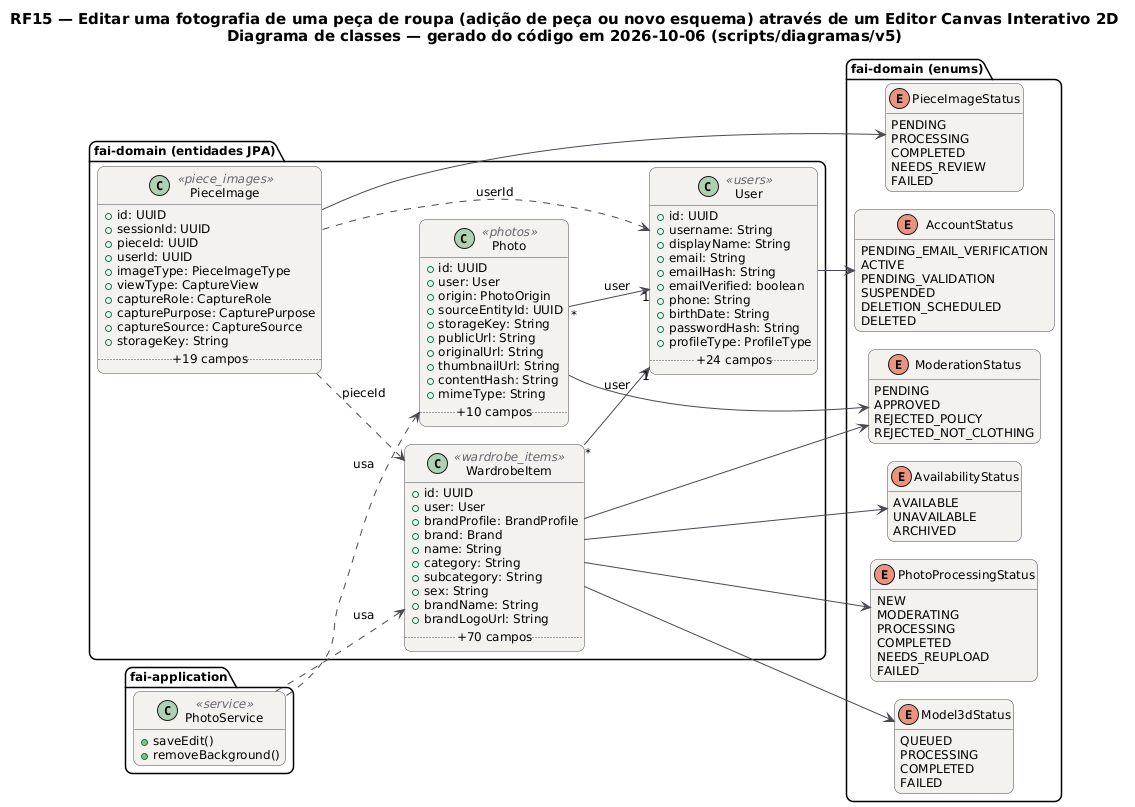
This is docs/diagramas/RF15/RF15_Classes.png from MatheusHaliski/tcc-2026-fashion-ai-backend, a PlantUML export, as it was before one commit.
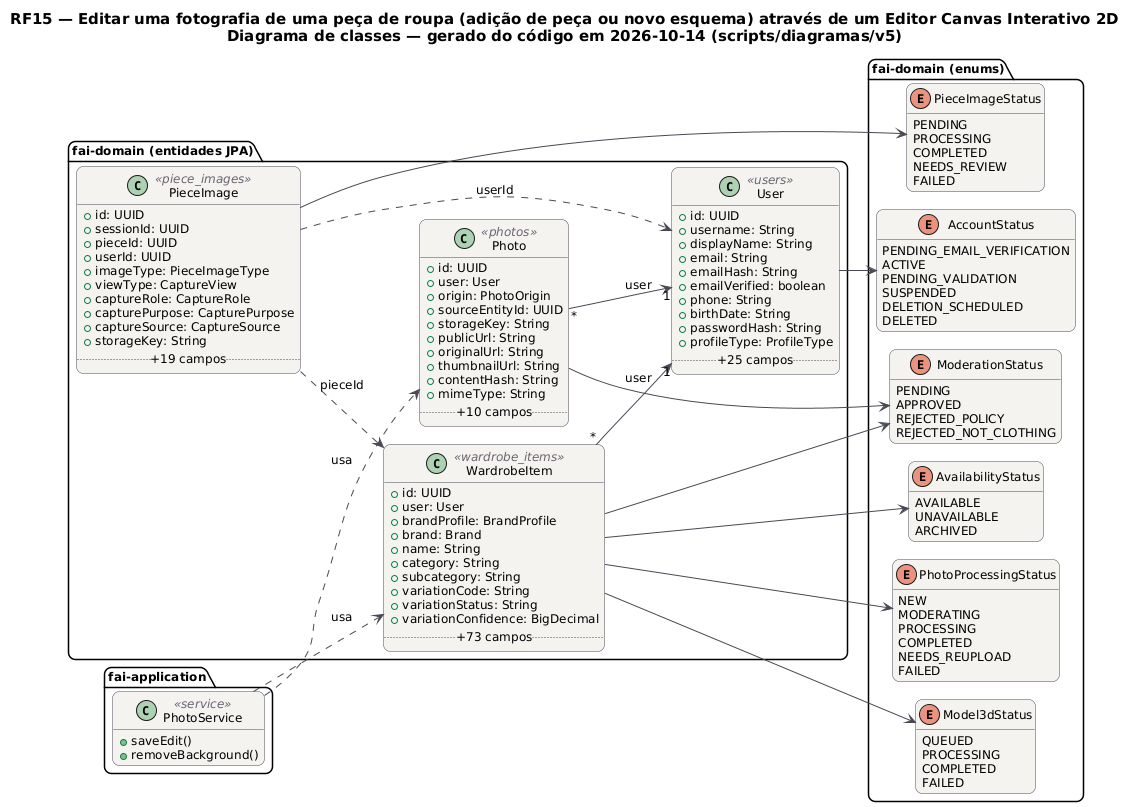
The same file after the commit.

What changed in the source:
```diff
@@ -20,7 +20,7 @@
 }
 hide empty members
 left to right direction
-title RF15 — Editar uma fotografia de uma peça de roupa (adição de peça ou novo esquema) através de um Editor Canvas Interativo 2D\nDiagrama de classes — gerado do código em 2026-10-06 (scripts/diagramas/v5)
+title RF15 — Editar uma fotografia de uma peça de roupa (adição de peça ou novo esquema) através de um Editor Canvas Interativo 2D\nDiagrama de classes — gerado do código em 2026-10-14 (scripts/diagramas/v5)
 
 package "fai-domain (entidades JPA)" {
   class Photo <<photos>> {
@@ -60,7 +60,7 @@
     +birthDate: String
     +passwordHash: String
     +profileType: ProfileType
-    .. +24 campos ..
+    .. +25 campos ..
   }
   class WardrobeItem <<wardrobe_items>> {
     +id: UUID
@@ -70,10 +70,10 @@
     +name: String
     +category: String
     +subcategory: String
-    +sex: String
-    +brandName: String
-    +brandLogoUrl: String
-    .. +70 campos ..
+    +variationCode: String
+    +variationStatus: String
+    +variationConfidence: BigDecimal
+    .. +73 campos ..
   }
 }
 package "fai-domain (enums)" {
```
